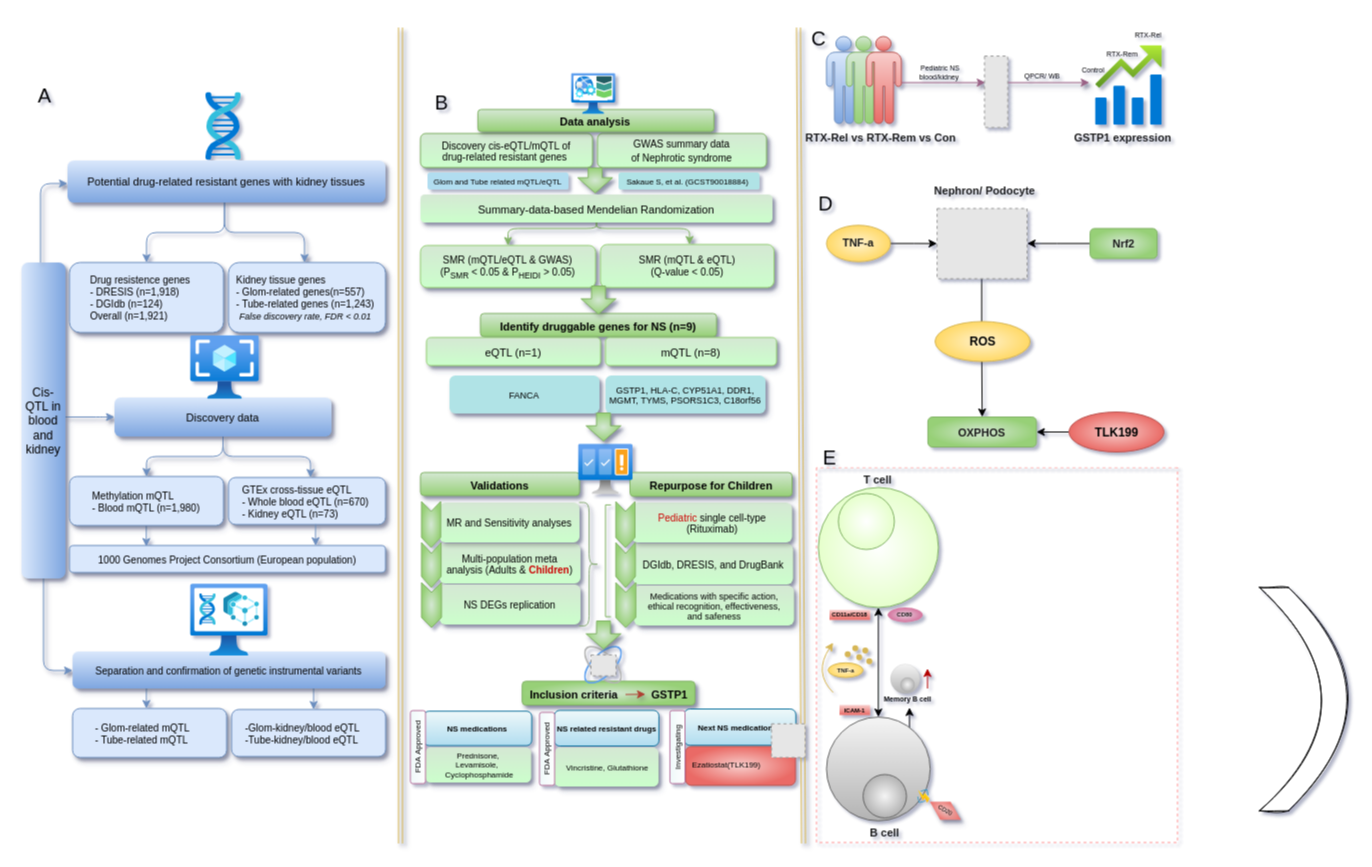
Marady-Hun/RiA3 keeps this draw.io diagram as images/Untitled Diagram.drawio. Above is the earlier version. Source tidied: cells renumbered, new cells numbered last; positions are measured from the earlier drawing's top-left corner, leaving out a move shared by most shapes. Both pictures are drawn from the tidied source at 100%, with x=0, y=0 at pixel (21, 17). Pictures stored in the file or linked from it are replaced by grey dashed boxes.
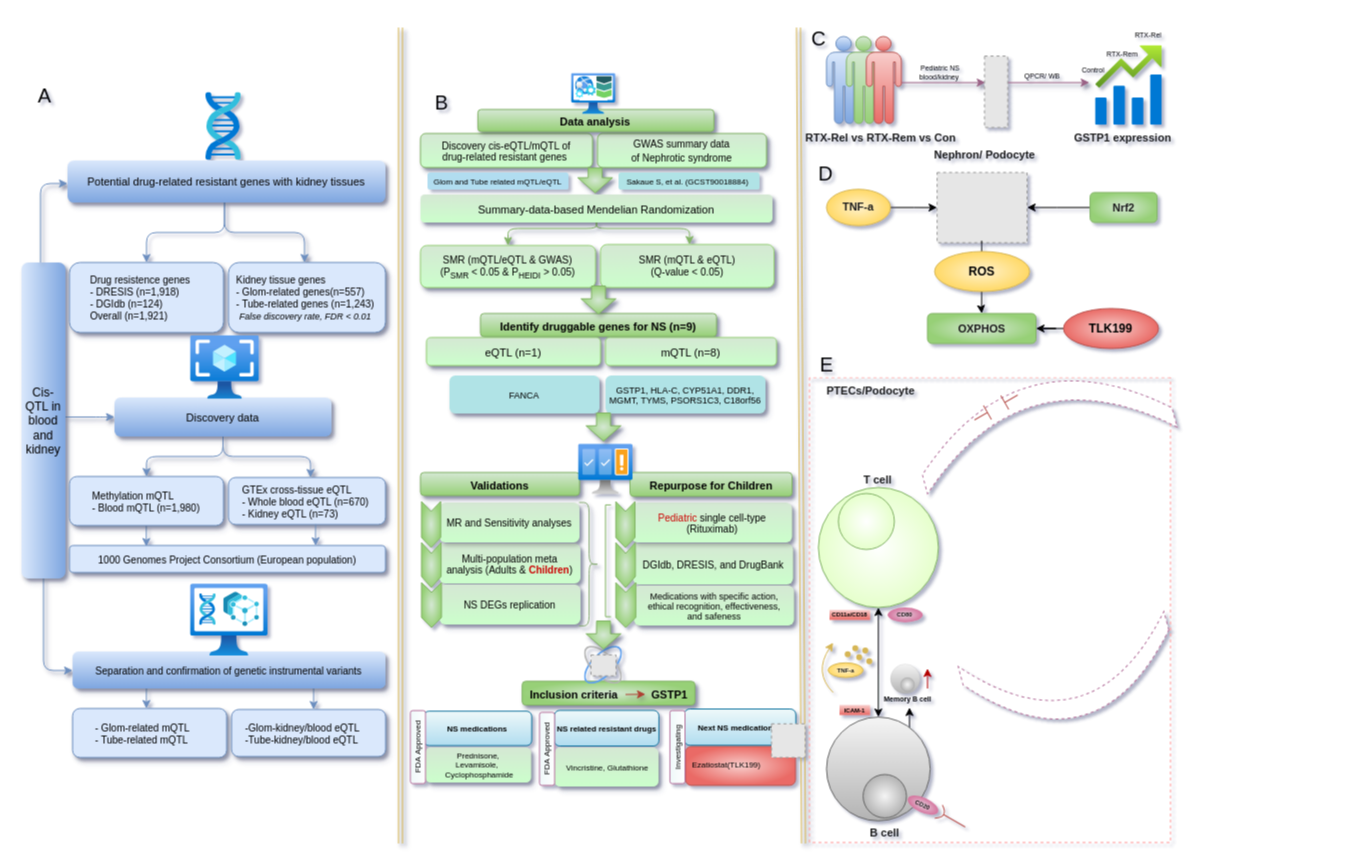
The same diagram, later.

Change to the diagram source:
```diff
@@
+    <mxCell id="148" style="verticalLabelPosition=bottom;shadow=0;dashed=0;align=center;html=1;verticalAlign=top;shape=mxgraph.electrical.plc_ladder.output_1;hachureGap=4;fontFamily=Architects Daughter;fillColor=#f8cecc;gradientColor=#ea6b66;strokeColor=#b85450;rotation=30;" parent="1" vertex="1">
+      <mxGeometry x="861.7" y="780" width="87.9" height="15.1" as="geometry" />
+    </mxCell>
@@
     <mxCell id="107" value="D" style="text;html=1;align=center;verticalAlign=middle;strokeColor=none;fillColor=none;fontFamily=Helvetica;fontSize=20;" parent="1" vertex="1">
-      <mxGeometry x="783.7" y="165" width="40" height="40" as="geometry" />
+      <mxGeometry x="783.7" y="135" width="40" height="40" as="geometry" />
     </mxCell>
     <mxCell id="108" style="edgeStyle=orthogonalEdgeStyle;rounded=0;hachureGap=4;jettySize=auto;html=1;fontFamily=Architects Daughter;" parent="1" edge="1" source="109" target="111">
       <mxGeometry relative="1" as="geometry">
         <Array as="points">
-          <mxPoint x="1035.6" y="226" />
-          <mxPoint x="1035.6" y="226" />
+          <mxPoint x="1035.6" y="190" />
+          <mxPoint x="1035.6" y="190" />
         </Array>
       </mxGeometry>
     </mxCell>
     <mxCell id="109" value="&lt;div style=&quot;text-align: start;&quot;&gt;&lt;span style=&quot;background-color: transparent; color: light-dark(rgb(26, 26, 26), rgb(215, 215, 215)); font-size: 11px;&quot;&gt;&lt;b&gt;Nrf2&lt;/b&gt;&lt;/span&gt;&lt;/div&gt;" style="text;html=1;align=center;verticalAlign=middle;whiteSpace=wrap;rounded=1;fontFamily=Helvetica;fontSize=7;fillColor=#d5e8d4;gradientColor=#97d077;strokeColor=#82b366;gradientDirection=radial;" parent="1" vertex="1">
-      <mxGeometry x="1068.6" y="211" width="67" height="30" as="geometry" />
+      <mxGeometry x="1068.6" y="175" width="67" height="30" as="geometry" />
     </mxCell>
-    <mxCell id="110" style="edgeStyle=orthogonalEdgeStyle;rounded=0;hachureGap=4;jettySize=auto;html=1;fontFamily=Architects Daughter;shadow=0;exitX=0.495;exitY=0.972;exitDx=0;exitDy=0;exitPerimeter=0;" parent="1" edge="1" source="111" target="112">
+    <mxCell id="110" style="edgeStyle=orthogonalEdgeStyle;rounded=0;hachureGap=4;jettySize=auto;html=1;fontFamily=Architects Daughter;shadow=0;exitX=0.495;exitY=0.972;exitDx=0;exitDy=0;exitPerimeter=0;" parent="1" edge="1" source="113" target="112">
       <mxGeometry relative="1" as="geometry" />
     </mxCell>
     <mxCell id="111" style="fillColor=#E6E6E6;strokeColor=#999999;dashed=1;verticalLabelPosition=bottom;labelBackgroundColor=default;verticalAlign=top;" parent="1" vertex="1">
-      <mxGeometry x="915.6" y="191" width="90" height="70.2" as="geometry" />
+      <mxGeometry x="915.6" y="155" width="90" height="70.2" as="geometry" />
     </mxCell>
     <mxCell id="112" value="&lt;div style=&quot;text-align: start;&quot;&gt;&lt;font color=&quot;#1a1a1a&quot;&gt;&lt;span style=&quot;font-size: 11px;&quot;&gt;&lt;b&gt;OXPHOS&lt;/b&gt;&lt;/span&gt;&lt;/font&gt;&lt;/div&gt;" style="text;html=1;align=center;verticalAlign=middle;whiteSpace=wrap;rounded=1;fontFamily=Helvetica;fontSize=7;fillColor=#d5e8d4;gradientColor=#97d077;strokeColor=#82b366;gradientDirection=radial;" parent="1" vertex="1">
-      <mxGeometry x="906.4" y="399.5" width="108.5" height="30" as="geometry" />
+      <mxGeometry x="906" y="296" width="108.5" height="30" as="geometry" />
     </mxCell>
-    <mxCell id="113" value="ROS" style="ellipse;whiteSpace=wrap;html=1;hachureGap=4;fontFamily=Helvetica;fontSize=12;fontStyle=1;fillColor=#fff2cc;gradientColor=#ffd966;strokeColor=#d6b656;gradientDirection=radial;" parent="1" vertex="1">
-      <mxGeometry x="913.6" y="304" width="95" height="40" as="geometry" />
-    </mxCell>
     <mxCell id="114" value="&lt;div style=&quot;text-align: start;&quot;&gt;&lt;span style=&quot;background-color: transparent; color: light-dark(rgb(26, 26, 26), rgb(215, 215, 215)); font-size: 11px;&quot;&gt;&lt;b&gt;Nephron/ Podocyte&lt;/b&gt;&lt;/span&gt;&lt;/div&gt;" style="text;html=1;align=center;verticalAlign=middle;whiteSpace=wrap;rounded=0;fontFamily=Helvetica;fontSize=7;fontColor=#1A1A1A;" parent="1" vertex="1">
-      <mxGeometry x="885" y="158" width="157" height="30" as="geometry" />
+      <mxGeometry x="885" y="122" width="157" height="30" as="geometry" />
     </mxCell>
@@
     <mxCell id="116" value="&lt;b style=&quot;color: rgb(26, 26, 26); font-family: Helvetica; font-size: 11px; text-align: start;&quot;&gt;TNF-a&lt;/b&gt;" style="ellipse;whiteSpace=wrap;html=1;hachureGap=4;fontFamily=Architects Daughter;fillColor=#fff2cc;gradientColor=#ffd966;strokeColor=#d6b656;gradientDirection=radial;" parent="1" vertex="1">
-      <mxGeometry x="805" y="207.8" width="64" height="36.4" as="geometry" />
+      <mxGeometry x="805" y="171.8" width="64" height="36.4" as="geometry" />
     </mxCell>
@@
     <mxCell id="118" value="TLK199" style="ellipse;whiteSpace=wrap;html=1;hachureGap=4;fontFamily=Helvetica;fontSize=12;fontStyle=1;fillColor=#f8cecc;gradientColor=#ea6b66;strokeColor=#b85450;gradientDirection=radial;" parent="1" vertex="1">
-      <mxGeometry x="1047.5" y="394.5" width="95" height="40" as="geometry" />
+      <mxGeometry x="1042" y="291" width="95" height="40" as="geometry" />
     </mxCell>
     <mxCell id="119" style="swimlane;startSize=0;hachureGap=4;fontFamily=Architects Daughter;rounded=1;glass=1;swimlaneLine=1;shadow=0;fillStyle=dots;dashed=1;fillColor=#ffcccc;strokeColor=#FF9999;swimlaneFillColor=none;gradientColor=default;gradientDirection=radial;" parent="1" vertex="1">
-      <mxGeometry x="795" y="450" width="361" height="375" as="geometry" />
+      <mxGeometry x="788" y="360" width="361" height="465" as="geometry" />
     </mxCell>
@@
     <mxCell id="126" value="E" style="text;html=1;align=center;verticalAlign=middle;strokeColor=none;fillColor=none;fontFamily=Helvetica;fontSize=20;" parent="1" vertex="1">
-      <mxGeometry x="787.6" y="419" width="40" height="40" as="geometry" />
+      <mxGeometry x="784.8" y="326" width="40" height="40" as="geometry" />
     </mxCell>
@@
-    <mxCell id="130" style="image;sketch=0;html=1;align=center;fontSize=12;image=img/lib/mscae/Functions.svg;hachureGap=4;jiggle=2;curveFitting=1;fontFamily=Architects Daughter;direction=east;rotation=120;" parent="1" vertex="1">
-      <mxGeometry x="892.7" y="771.3" width="16" height="14.7" as="geometry" />
-    </mxCell>
-    <mxCell id="131" value="CD20" style="html=1;whiteSpace=wrap;shape=isoRectangle;hachureGap=4;fontFamily=Helvetica;rotation=30;shadow=1;fillColor=#f8cecc;gradientColor=#ea6b66;strokeColor=none;gradientDirection=radial;fontSize=6;fontStyle=0;textShadow=1;" parent="1" vertex="1">
-      <mxGeometry x="906" y="782.5" width="35.8" height="21.5" as="geometry" />
-    </mxCell>
@@
+    <mxCell id="149" style="edgeStyle=orthogonalEdgeStyle;rounded=0;hachureGap=4;jettySize=auto;html=1;fontFamily=Architects Daughter;shadow=0;exitX=0.495;exitY=0.972;exitDx=0;exitDy=0;exitPerimeter=0;" parent="1" edge="1" source="111" target="113">
+      <mxGeometry relative="1" as="geometry" />
+    </mxCell>
+    <mxCell id="113" value="ROS" style="ellipse;whiteSpace=wrap;html=1;hachureGap=4;fontFamily=Helvetica;fontSize=12;fontStyle=1;fillColor=#fff2cc;gradientColor=#ffd966;strokeColor=#d6b656;gradientDirection=radial;" parent="1" vertex="1">
+      <mxGeometry x="913.1" y="234" width="95" height="40" as="geometry" />
+    </mxCell>
-    <mxCell id="147" style="shape=dataStorage;whiteSpace=wrap;html=1;fixedSize=1;sketch=1;hachureGap=4;jiggle=2;curveFitting=1;fontFamily=Architects Daughter;direction=west;rotation=0;size=60.5;" parent="1" vertex="1">
-      <mxGeometry x="1238" y="570" width="89.5" height="223.3" as="geometry" />
+    <mxCell id="147" style="shape=dataStorage;whiteSpace=wrap;html=1;fixedSize=1;hachureGap=4;fontFamily=Architects Daughter;direction=east;rotation=75;size=57.32999999999993;flipV=1;dashed=1;strokeWidth=1;perimeterSpacing=0;gradientColor=none;strokeColor=#B5739D;" parent="1" vertex="1">
+      <mxGeometry x="982.3" y="276.5" width="77.1" height="258.4" as="geometry" />
     </mxCell>
+    <mxCell id="150" style="verticalLabelPosition=bottom;shadow=0;dashed=0;align=center;html=1;verticalAlign=top;shape=mxgraph.electrical.plc_ladder.contact;hachureGap=4;fontFamily=Architects Daughter;rotation=-30;fillColor=#f8cecc;gradientColor=#ea6b66;strokeColor=#b85450;" parent="1" vertex="1">
+      <mxGeometry x="949.6" y="382" width="50" height="16" as="geometry" />
+    </mxCell>
+    <mxCell id="151" value="&lt;div style=&quot;text-align: start;&quot;&gt;&lt;span style=&quot;background-color: transparent; color: light-dark(rgb(26, 26, 26), rgb(215, 215, 215)); font-size: 11px;&quot;&gt;&lt;b&gt;PTECs/Podocyte&lt;/b&gt;&lt;/span&gt;&lt;/div&gt;" style="text;html=1;align=center;verticalAlign=middle;whiteSpace=wrap;rounded=0;fontFamily=Helvetica;fontSize=7;fontColor=#1A1A1A;" parent="1" vertex="1">
+      <mxGeometry x="770.5" y="358" width="157" height="30" as="geometry" />
+    </mxCell>
+    <mxCell id="131" value="&lt;div style=&quot;text-align: start;&quot;&gt;&lt;span style=&quot;background-color: transparent;&quot;&gt;&lt;font color=&quot;#1a1a1a&quot; face=&quot;Helvetica&quot;&gt;CD20&lt;/font&gt;&lt;/span&gt;&lt;/div&gt;" style="ellipse;whiteSpace=wrap;html=1;hachureGap=4;fontFamily=Architects Daughter;fillColor=#e6d0de;gradientColor=#d5739d;strokeColor=none;fontSize=6;fontStyle=1;gradientDirection=radial;rotation=25;" parent="1" vertex="1">
+      <mxGeometry x="885" y="780.3" width="33" height="14.7" as="geometry" />
+    </mxCell>
+    <mxCell id="152" style="shape=dataStorage;whiteSpace=wrap;html=1;fixedSize=1;hachureGap=4;fontFamily=Architects Daughter;direction=west;rotation=75;size=60.26999999999998;flipV=1;dashed=1;strokeWidth=1;perimeterSpacing=0;gradientColor=none;strokeColor=#B5739D;" parent="1" vertex="1">
+      <mxGeometry x="1010.1" y="553.4" width="79.4" height="212.9" as="geometry" />
+    </mxCell>
```
